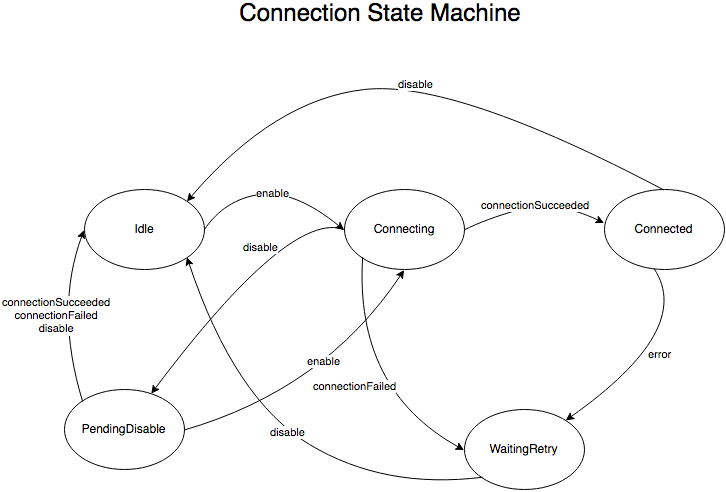
This is remote-controld/ConnectionStateMachine.png from burlington-arc/aprs-remote-control, a draw.io export, as it was before one commit. Source tidied: cells renumbered, new cells last; positions are measured from the earlier drawing's top-left corner, leaving out a move shared by most shapes.
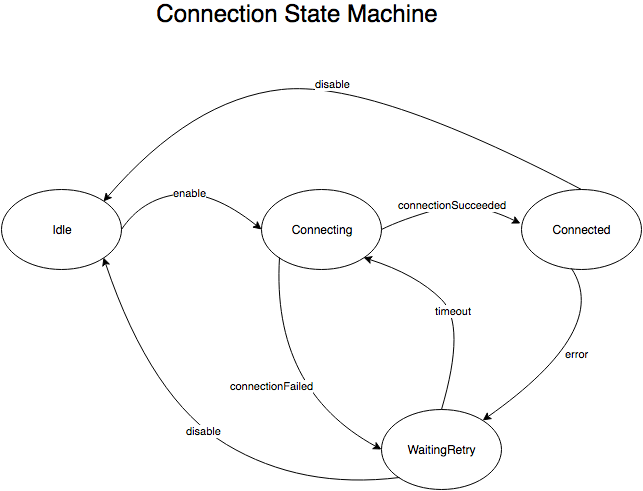
The same diagram one commit later.

The edit, as a diff of the source:
```diff
@@ -44,14 +44,6 @@
         </Array>
       </mxGeometry>
     </mxCell>
-    <mxCell id="10" value="disable" style="curved=1;endArrow=classic;html=1;" parent="1" edge="1" target="13">
-      <mxGeometry x="-0.27" relative="1" as="geometry">
-        <mxPoint x="290" y="225" as="sourcePoint" />
-        <Array as="points">
-          <mxPoint x="235" y="205" />
-        </Array>
-      </mxGeometry>
-    </mxCell>
     <mxCell id="11" value="disable" style="curved=1;endArrow=classic;html=1;exitX=0.5;exitY=0;entryX=1;entryY=0;" parent="1" edge="1" source="4" target="2">
       <mxGeometry relative="1" as="geometry">
         <Array as="points">
@@ -68,26 +60,16 @@
         </Array>
       </mxGeometry>
     </mxCell>
-    <mxCell id="13" value="PendingDisable" style="ellipse;whiteSpace=wrap;html=1;" parent="1" vertex="1">
-      <mxGeometry x="10" y="385" width="120" height="80" as="geometry" />
-    </mxCell>
-    <mxCell id="14" value="connectionSucceeded&lt;br&gt;connectionFailed&lt;br&gt;disable&lt;br&gt;" style="curved=1;endArrow=classic;html=1;exitX=0;exitY=0;entryX=0;entryY=0.5;" parent="1" edge="1" source="13" target="2">
-      <mxGeometry relative="1" as="geometry">
-        <Array as="points">
-          <mxPoint y="305" />
-        </Array>
-      </mxGeometry>
-    </mxCell>
-    <mxCell id="15" value="enable" style="curved=1;endArrow=classic;html=1;exitX=1;exitY=0.5;entryX=0.5;entryY=1;" parent="1" edge="1" source="13" target="3">
-      <mxGeometry x="0.18" y="17" relative="1" as="geometry">
-        <Array as="points">
-          <mxPoint x="270" y="385" />
-        </Array>
-        <mxPoint y="1" as="offset" />
-      </mxGeometry>
-    </mxCell>
     <mxCell id="16" value="Connection State Machine&lt;br&gt;" style="text;html=1;strokeColor=none;fillColor=none;align=center;verticalAlign=middle;whiteSpace=wrap;fontSize=24;" parent="1" vertex="1">
       <mxGeometry x="152" width="347" height="20" as="geometry" />
     </mxCell>
+    <mxCell id="17" value="timeout" style="curved=1;endArrow=classic;html=1;fontSize=11;exitX=0.5;exitY=0;entryX=1;entryY=1;" parent="1" edge="1" source="5" target="3">
+      <mxGeometry relative="1" as="geometry">
+        <Array as="points">
+          <mxPoint x="495" y="320" />
+          <mxPoint x="445" y="270" />
+        </Array>
+      </mxGeometry>
+    </mxCell>
   </root>
 </mxGraphModel>
```
